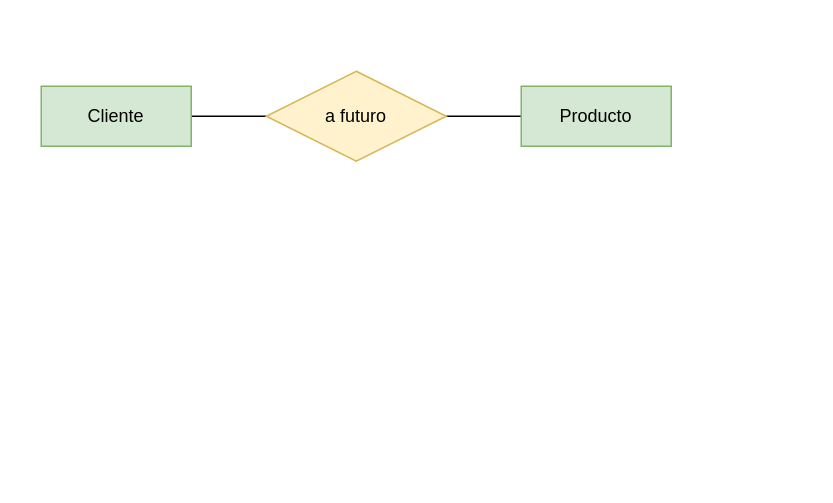
Earlier version of the draw.io diagram Unidad-1/Tareas/Tarea-empresa/empresa.drawio (jdrguez/2-Daw). Source tidied: cells renumbered, new cells numbered last; positions are measured from the earlier drawing's top-left corner, leaving out a move shared by most shapes. Both pictures are drawn from the tidied source at 150%, with x=0, y=0 at pixel (40, 70).
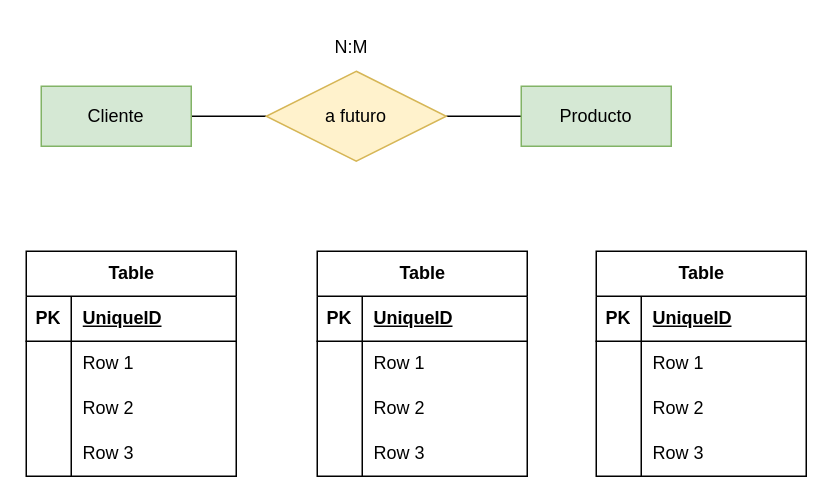
Above is the later version.

The edit, as a diff of the source:
```diff
@@
+    <mxCell id="7" value="Table" style="shape=table;startSize=30;childLayout=tableLayout;rowLines=0;fontStyle=1;align=center;html=1;" parent="1" vertex="1">
+      <mxGeometry x="-10" y="120" width="140" height="150" as="geometry" />
+    </mxCell>
+    <mxCell id="8" style="shape=tableRow;horizontal=0;startSize=0;swimlaneHead=0;swimlaneBody=0;fillColor=none;top=0;left=0;right=0;bottom=1;" parent="7" vertex="1">
+      <mxGeometry y="30" width="140" height="30" as="geometry" />
+    </mxCell>
+    <mxCell id="9" value="PK" style="shape=partialRectangle;fillColor=none;top=0;left=0;bottom=0;right=0;fontStyle=1;overflow=hidden;whiteSpace=wrap;html=1;" parent="8" vertex="1">
+      <mxGeometry width="30" height="30" as="geometry" />
+    </mxCell>
+    <mxCell id="10" value="UniqueID" style="shape=partialRectangle;fillColor=none;top=0;left=0;bottom=0;right=0;align=left;spacingLeft=6;fontStyle=5;overflow=hidden;whiteSpace=wrap;html=1;" parent="8" vertex="1">
+      <mxGeometry x="30" width="110" height="30" as="geometry" />
+    </mxCell>
+    <mxCell id="11" style="shape=tableRow;horizontal=0;startSize=0;swimlaneHead=0;swimlaneBody=0;fillColor=none;top=0;left=0;right=0;bottom=0;" parent="7" vertex="1">
+      <mxGeometry y="60" width="140" height="30" as="geometry" />
+    </mxCell>
+    <mxCell id="12" style="shape=partialRectangle;fillColor=none;top=0;left=0;bottom=0;right=0;overflow=hidden;whiteSpace=wrap;html=1;" parent="11" vertex="1">
+      <mxGeometry width="30" height="30" as="geometry" />
+    </mxCell>
+    <mxCell id="13" value="Row 1" style="shape=partialRectangle;fillColor=none;top=0;left=0;bottom=0;right=0;align=left;spacingLeft=6;overflow=hidden;whiteSpace=wrap;html=1;" parent="11" vertex="1">
+      <mxGeometry x="30" width="110" height="30" as="geometry" />
+    </mxCell>
+    <mxCell id="14" style="shape=tableRow;horizontal=0;startSize=0;swimlaneHead=0;swimlaneBody=0;fillColor=none;top=0;left=0;right=0;bottom=0;" parent="7" vertex="1">
+      <mxGeometry y="90" width="140" height="30" as="geometry" />
+    </mxCell>
+    <mxCell id="15" style="shape=partialRectangle;fillColor=none;top=0;left=0;bottom=0;right=0;overflow=hidden;whiteSpace=wrap;html=1;" parent="14" vertex="1">
+      <mxGeometry width="30" height="30" as="geometry" />
+    </mxCell>
+    <mxCell id="16" value="Row 2" style="shape=partialRectangle;fillColor=none;top=0;left=0;bottom=0;right=0;align=left;spacingLeft=6;overflow=hidden;whiteSpace=wrap;html=1;" parent="14" vertex="1">
+      <mxGeometry x="30" width="110" height="30" as="geometry" />
+    </mxCell>
+    <mxCell id="17" style="shape=tableRow;horizontal=0;startSize=0;swimlaneHead=0;swimlaneBody=0;fillColor=none;top=0;left=0;right=0;bottom=0;" parent="7" vertex="1">
+      <mxGeometry y="120" width="140" height="30" as="geometry" />
+    </mxCell>
+    <mxCell id="18" style="shape=partialRectangle;fillColor=none;top=0;left=0;bottom=0;right=0;overflow=hidden;whiteSpace=wrap;html=1;" parent="17" vertex="1">
+      <mxGeometry width="30" height="30" as="geometry" />
+    </mxCell>
+    <mxCell id="19" value="Row 3" style="shape=partialRectangle;fillColor=none;top=0;left=0;bottom=0;right=0;align=left;spacingLeft=6;overflow=hidden;whiteSpace=wrap;html=1;" parent="17" vertex="1">
+      <mxGeometry x="30" width="110" height="30" as="geometry" />
+    </mxCell>
+    <mxCell id="20" value="Table" style="shape=table;startSize=30;childLayout=tableLayout;rowLines=0;fontStyle=1;align=center;html=1;" parent="1" vertex="1">
+      <mxGeometry x="184" y="120" width="140" height="150" as="geometry" />
+    </mxCell>
+    <mxCell id="21" style="shape=tableRow;horizontal=0;startSize=0;swimlaneHead=0;swimlaneBody=0;fillColor=none;top=0;left=0;right=0;bottom=1;" parent="20" vertex="1">
+      <mxGeometry y="30" width="140" height="30" as="geometry" />
+    </mxCell>
+    <mxCell id="22" value="PK" style="shape=partialRectangle;fillColor=none;top=0;left=0;bottom=0;right=0;fontStyle=1;overflow=hidden;whiteSpace=wrap;html=1;" parent="21" vertex="1">
+      <mxGeometry width="30" height="30" as="geometry" />
+    </mxCell>
+    <mxCell id="23" value="UniqueID" style="shape=partialRectangle;fillColor=none;top=0;left=0;bottom=0;right=0;align=left;spacingLeft=6;fontStyle=5;overflow=hidden;whiteSpace=wrap;html=1;" parent="21" vertex="1">
+      <mxGeometry x="30" width="110" height="30" as="geometry" />
+    </mxCell>
+    <mxCell id="24" style="shape=tableRow;horizontal=0;startSize=0;swimlaneHead=0;swimlaneBody=0;fillColor=none;top=0;left=0;right=0;bottom=0;" parent="20" vertex="1">
+      <mxGeometry y="60" width="140" height="30" as="geometry" />
+    </mxCell>
+    <mxCell id="25" style="shape=partialRectangle;fillColor=none;top=0;left=0;bottom=0;right=0;overflow=hidden;whiteSpace=wrap;html=1;" parent="24" vertex="1">
+      <mxGeometry width="30" height="30" as="geometry" />
+    </mxCell>
+    <mxCell id="26" value="Row 1" style="shape=partialRectangle;fillColor=none;top=0;left=0;bottom=0;right=0;align=left;spacingLeft=6;overflow=hidden;whiteSpace=wrap;html=1;" parent="24" vertex="1">
+      <mxGeometry x="30" width="110" height="30" as="geometry" />
+    </mxCell>
+    <mxCell id="27" style="shape=tableRow;horizontal=0;startSize=0;swimlaneHead=0;swimlaneBody=0;fillColor=none;top=0;left=0;right=0;bottom=0;" parent="20" vertex="1">
+      <mxGeometry y="90" width="140" height="30" as="geometry" />
+    </mxCell>
+    <mxCell id="28" style="shape=partialRectangle;fillColor=none;top=0;left=0;bottom=0;right=0;overflow=hidden;whiteSpace=wrap;html=1;" parent="27" vertex="1">
+      <mxGeometry width="30" height="30" as="geometry" />
+    </mxCell>
+    <mxCell id="29" value="Row 2" style="shape=partialRectangle;fillColor=none;top=0;left=0;bottom=0;right=0;align=left;spacingLeft=6;overflow=hidden;whiteSpace=wrap;html=1;" parent="27" vertex="1">
+      <mxGeometry x="30" width="110" height="30" as="geometry" />
+    </mxCell>
+    <mxCell id="30" style="shape=tableRow;horizontal=0;startSize=0;swimlaneHead=0;swimlaneBody=0;fillColor=none;top=0;left=0;right=0;bottom=0;" parent="20" vertex="1">
+      <mxGeometry y="120" width="140" height="30" as="geometry" />
+    </mxCell>
+    <mxCell id="31" style="shape=partialRectangle;fillColor=none;top=0;left=0;bottom=0;right=0;overflow=hidden;whiteSpace=wrap;html=1;" parent="30" vertex="1">
+      <mxGeometry width="30" height="30" as="geometry" />
+    </mxCell>
+    <mxCell id="32" value="Row 3" style="shape=partialRectangle;fillColor=none;top=0;left=0;bottom=0;right=0;align=left;spacingLeft=6;overflow=hidden;whiteSpace=wrap;html=1;" parent="30" vertex="1">
+      <mxGeometry x="30" width="110" height="30" as="geometry" />
+    </mxCell>
+    <mxCell id="33" value="Table" style="shape=table;startSize=30;childLayout=tableLayout;rowLines=0;fontStyle=1;align=center;html=1;" parent="1" vertex="1">
+      <mxGeometry x="370" y="120" width="140" height="150" as="geometry" />
+    </mxCell>
+    <mxCell id="34" style="shape=tableRow;horizontal=0;startSize=0;swimlaneHead=0;swimlaneBody=0;fillColor=none;top=0;left=0;right=0;bottom=1;" parent="33" vertex="1">
+      <mxGeometry y="30" width="140" height="30" as="geometry" />
+    </mxCell>
+    <mxCell id="35" value="PK" style="shape=partialRectangle;fillColor=none;top=0;left=0;bottom=0;right=0;fontStyle=1;overflow=hidden;whiteSpace=wrap;html=1;" parent="34" vertex="1">
+      <mxGeometry width="30" height="30" as="geometry" />
+    </mxCell>
+    <mxCell id="36" value="UniqueID" style="shape=partialRectangle;fillColor=none;top=0;left=0;bottom=0;right=0;align=left;spacingLeft=6;fontStyle=5;overflow=hidden;whiteSpace=wrap;html=1;" parent="34" vertex="1">
+      <mxGeometry x="30" width="110" height="30" as="geometry" />
+    </mxCell>
+    <mxCell id="37" style="shape=tableRow;horizontal=0;startSize=0;swimlaneHead=0;swimlaneBody=0;fillColor=none;top=0;left=0;right=0;bottom=0;" parent="33" vertex="1">
+      <mxGeometry y="60" width="140" height="30" as="geometry" />
+    </mxCell>
+    <mxCell id="38" style="shape=partialRectangle;fillColor=none;top=0;left=0;bottom=0;right=0;overflow=hidden;whiteSpace=wrap;html=1;" parent="37" vertex="1">
+      <mxGeometry width="30" height="30" as="geometry" />
+    </mxCell>
+    <mxCell id="39" value="Row 1" style="shape=partialRectangle;fillColor=none;top=0;left=0;bottom=0;right=0;align=left;spacingLeft=6;overflow=hidden;whiteSpace=wrap;html=1;" parent="37" vertex="1">
+      <mxGeometry x="30" width="110" height="30" as="geometry" />
+    </mxCell>
+    <mxCell id="40" style="shape=tableRow;horizontal=0;startSize=0;swimlaneHead=0;swimlaneBody=0;fillColor=none;top=0;left=0;right=0;bottom=0;" parent="33" vertex="1">
+      <mxGeometry y="90" width="140" height="30" as="geometry" />
+    </mxCell>
+    <mxCell id="41" style="shape=partialRectangle;fillColor=none;top=0;left=0;bottom=0;right=0;overflow=hidden;whiteSpace=wrap;html=1;" parent="40" vertex="1">
+      <mxGeometry width="30" height="30" as="geometry" />
+    </mxCell>
+    <mxCell id="42" value="Row 2" style="shape=partialRectangle;fillColor=none;top=0;left=0;bottom=0;right=0;align=left;spacingLeft=6;overflow=hidden;whiteSpace=wrap;html=1;" parent="40" vertex="1">
+      <mxGeometry x="30" width="110" height="30" as="geometry" />
+    </mxCell>
+    <mxCell id="43" style="shape=tableRow;horizontal=0;startSize=0;swimlaneHead=0;swimlaneBody=0;fillColor=none;top=0;left=0;right=0;bottom=0;" parent="33" vertex="1">
+      <mxGeometry y="120" width="140" height="30" as="geometry" />
+    </mxCell>
+    <mxCell id="44" style="shape=partialRectangle;fillColor=none;top=0;left=0;bottom=0;right=0;overflow=hidden;whiteSpace=wrap;html=1;" parent="43" vertex="1">
+      <mxGeometry width="30" height="30" as="geometry" />
+    </mxCell>
+    <mxCell id="45" value="Row 3" style="shape=partialRectangle;fillColor=none;top=0;left=0;bottom=0;right=0;align=left;spacingLeft=6;overflow=hidden;whiteSpace=wrap;html=1;" parent="43" vertex="1">
+      <mxGeometry x="30" width="110" height="30" as="geometry" />
+    </mxCell>
+    <mxCell id="46" value="N:M" style="text;strokeColor=none;fillColor=none;spacingLeft=4;spacingRight=4;overflow=hidden;fontSize=12;whiteSpace=wrap;html=1;" parent="1" vertex="1">
+      <mxGeometry x="190" y="-30" width="40" height="30" as="geometry" />
+    </mxCell>
```
